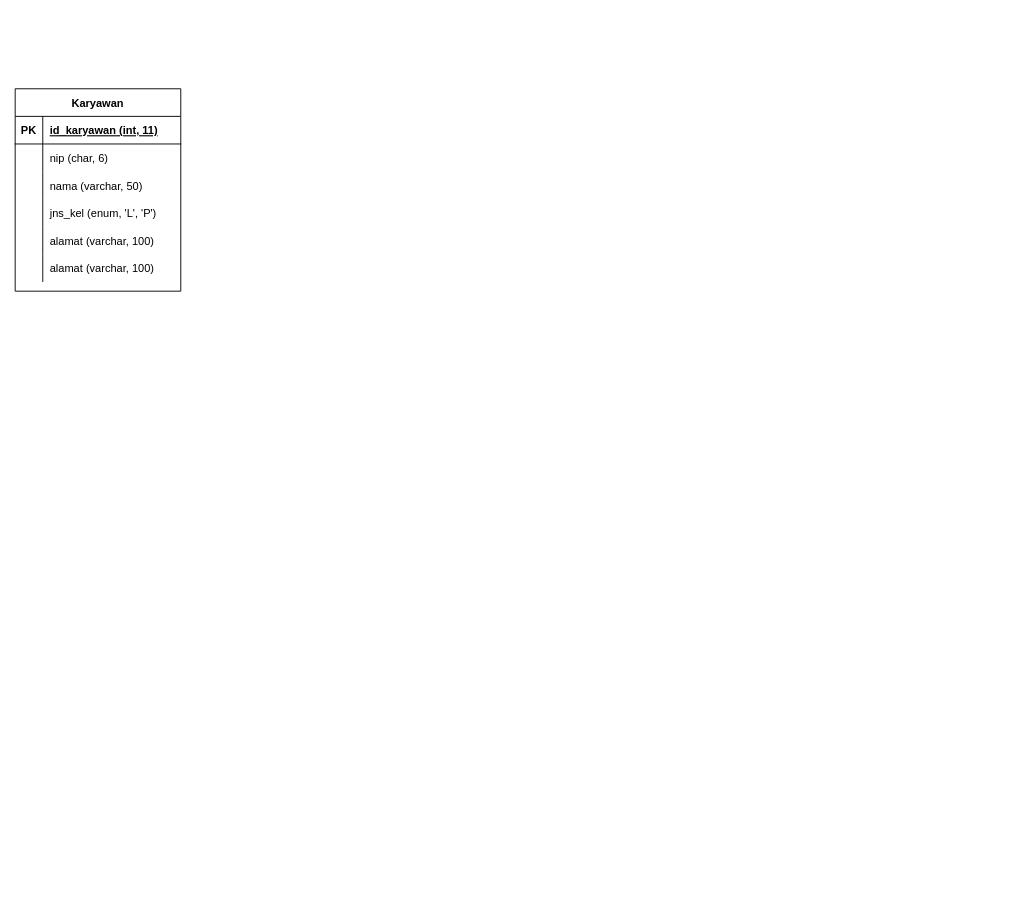
Before: desain tabel.drawio in mrdhiyyana/spk-saw0093, a draw.io diagram. Source tidied: cells renumbered, new cells numbered last; positions are measured from the earlier drawing's top-left corner, leaving out a move shared by most shapes. Both pictures are drawn from the tidied source at 92%, with x=0, y=0 at pixel (15, 88).
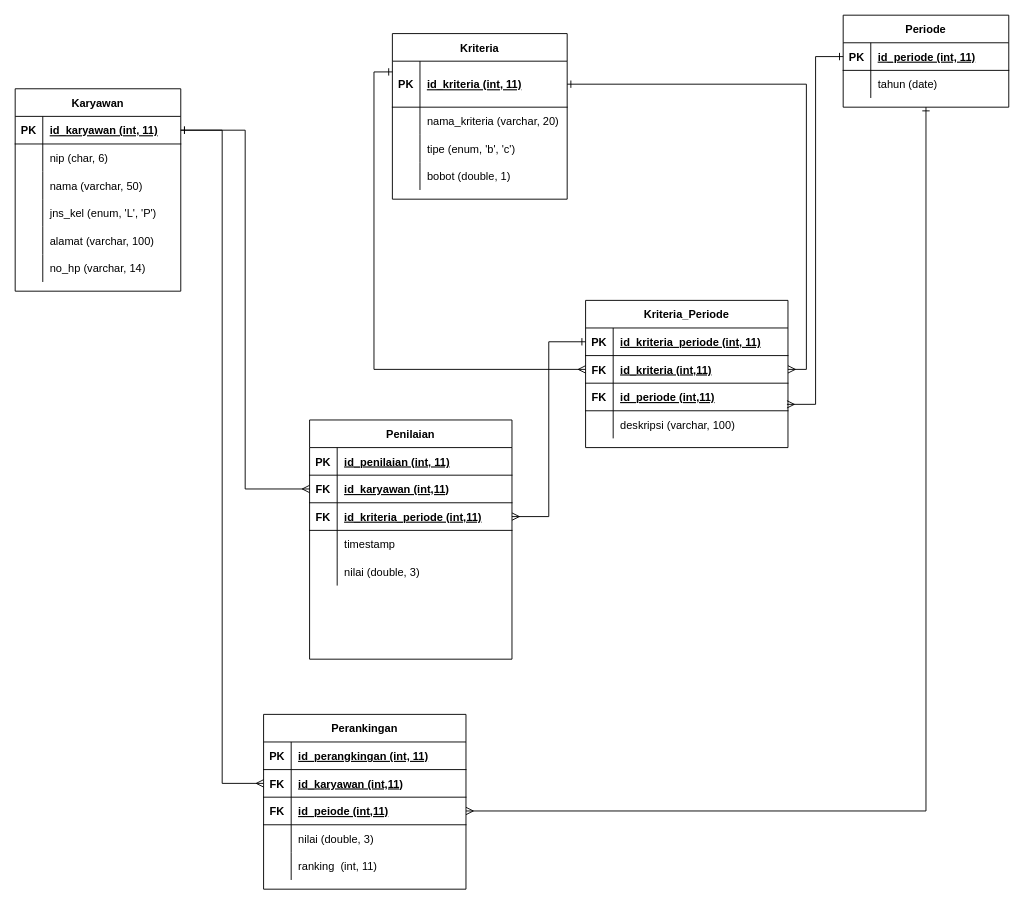
Above is the later version.

Unchanged cells that the change refers to:
```xml
<mxCell id="3" style="shape=partialRectangle;fillColor=none;top=0;left=0;bottom=1;right=0;points=[[0,0.5],[1,0.5]];portConstraint=eastwest;" parent="2" vertex="1">
  <mxGeometry y="30" width="180" height="30" as="geometry" />
</mxCell>
<mxCell id="18" style="shape=partialRectangle;fillColor=none;top=0;left=0;bottom=0;right=0;" parent="2" vertex="1">
  <mxGeometry y="180" width="180" height="30" as="geometry" />
</mxCell>
```

Diff of the diagram source:
```diff
@@
-    <mxCell id="20" value="alamat (varchar, 100)" style="shape=partialRectangle;fillColor=none;top=0;left=0;bottom=0;right=0;align=left;spacingLeft=6;overflow=hidden;" parent="18" vertex="1">
+    <mxCell id="20" value="no_hp (varchar, 14)" style="shape=partialRectangle;fillColor=none;top=0;left=0;bottom=0;right=0;align=left;spacingLeft=6;overflow=hidden;" parent="18" vertex="1">
       <mxGeometry x="30" width="150" height="30" as="geometry" />
     </mxCell>
+    <mxCell id="21" value="Kriteria" style="shape=table;startSize=30;childLayout=tableLayout;rowLines=0;fontStyle=1;align=center;" parent="1" vertex="1">
+      <mxGeometry x="410" y="-60" width="190" height="180" as="geometry" />
+    </mxCell>
+    <mxCell id="22" style="shape=partialRectangle;fillColor=none;top=0;left=0;bottom=1;right=0;points=[[0,0.5],[1,0.5]];portConstraint=eastwest;" parent="21" vertex="1">
+      <mxGeometry y="30" width="190" height="50" as="geometry" />
+    </mxCell>
+    <mxCell id="23" value="PK" style="shape=partialRectangle;fillColor=none;top=0;left=0;bottom=0;right=0;fontStyle=1;overflow=hidden;" parent="22" vertex="1">
+      <mxGeometry width="30" height="50" as="geometry" />
+    </mxCell>
+    <mxCell id="24" value="id_kriteria (int, 11)" style="shape=partialRectangle;fillColor=none;top=0;left=0;bottom=0;right=0;align=left;spacingLeft=6;fontStyle=5;overflow=hidden;" parent="22" vertex="1">
+      <mxGeometry x="30" width="160" height="50" as="geometry" />
+    </mxCell>
+    <mxCell id="25" style="shape=partialRectangle;fillColor=none;top=0;left=0;bottom=0;right=0;" parent="21" vertex="1">
+      <mxGeometry y="80" width="190" height="30" as="geometry" />
+    </mxCell>
+    <mxCell id="26" style="shape=partialRectangle;fillColor=none;top=0;left=0;bottom=0;right=0;overflow=hidden;" parent="25" vertex="1">
+      <mxGeometry width="30" height="30" as="geometry" />
+    </mxCell>
+    <mxCell id="27" value="nama_kriteria (varchar, 20)" style="shape=partialRectangle;fillColor=none;top=0;left=0;bottom=0;right=0;align=left;spacingLeft=6;overflow=hidden;" parent="25" vertex="1">
+      <mxGeometry x="30" width="160" height="30" as="geometry" />
+    </mxCell>
+    <mxCell id="28" style="shape=partialRectangle;fillColor=none;top=0;left=0;bottom=0;right=0;" parent="21" vertex="1">
+      <mxGeometry y="110" width="190" height="30" as="geometry" />
+    </mxCell>
+    <mxCell id="29" style="shape=partialRectangle;fillColor=none;top=0;left=0;bottom=0;right=0;overflow=hidden;" parent="28" vertex="1">
+      <mxGeometry width="30" height="30" as="geometry" />
+    </mxCell>
+    <mxCell id="30" value="tipe (enum, 'b', 'c')" style="shape=partialRectangle;fillColor=none;top=0;left=0;bottom=0;right=0;align=left;spacingLeft=6;overflow=hidden;" parent="28" vertex="1">
+      <mxGeometry x="30" width="160" height="30" as="geometry" />
+    </mxCell>
+    <mxCell id="31" style="shape=partialRectangle;fillColor=none;top=0;left=0;bottom=0;right=0;" parent="21" vertex="1">
+      <mxGeometry y="140" width="190" height="30" as="geometry" />
+    </mxCell>
+    <mxCell id="32" style="shape=partialRectangle;fillColor=none;top=0;left=0;bottom=0;right=0;overflow=hidden;" parent="31" vertex="1">
+      <mxGeometry width="30" height="30" as="geometry" />
+    </mxCell>
+    <mxCell id="33" value="bobot (double, 1)" style="shape=partialRectangle;fillColor=none;top=0;left=0;bottom=0;right=0;align=left;spacingLeft=6;overflow=hidden;" parent="31" vertex="1">
+      <mxGeometry x="30" width="160" height="30" as="geometry" />
+    </mxCell>
+    <mxCell id="34" style="edgeStyle=orthogonalEdgeStyle;rounded=0;jettySize=auto;html=1;startArrow=ERone;startFill=0;endArrow=ERmany;endFill=0;" parent="1" edge="1" source="35" target="80">
+      <mxGeometry relative="1" as="geometry" />
+    </mxCell>
+    <mxCell id="35" value="Periode" style="shape=table;startSize=30;childLayout=tableLayout;rowLines=0;fontStyle=1;align=center;" parent="1" vertex="1">
+      <mxGeometry x="900" y="-80" width="180" height="100" as="geometry" />
+    </mxCell>
+    <mxCell id="36" style="shape=partialRectangle;fillColor=none;top=0;left=0;bottom=1;right=0;points=[[0,0.5],[1,0.5]];portConstraint=eastwest;" parent="35" vertex="1">
+      <mxGeometry y="30" width="180" height="30" as="geometry" />
+    </mxCell>
+    <mxCell id="37" value="PK" style="shape=partialRectangle;fillColor=none;top=0;left=0;bottom=0;right=0;fontStyle=1;overflow=hidden;" parent="36" vertex="1">
+      <mxGeometry width="30" height="30" as="geometry" />
+    </mxCell>
+    <mxCell id="38" value="id_periode (int, 11)" style="shape=partialRectangle;fillColor=none;top=0;left=0;bottom=0;right=0;align=left;spacingLeft=6;fontStyle=5;overflow=hidden;" parent="36" vertex="1">
+      <mxGeometry x="30" width="150" height="30" as="geometry" />
+    </mxCell>
+    <mxCell id="39" style="shape=partialRectangle;fillColor=none;top=0;left=0;bottom=0;right=0;" parent="35" vertex="1">
+      <mxGeometry y="60" width="180" height="30" as="geometry" />
+    </mxCell>
+    <mxCell id="40" style="shape=partialRectangle;fillColor=none;top=0;left=0;bottom=0;right=0;overflow=hidden;" parent="39" vertex="1">
+      <mxGeometry width="30" height="30" as="geometry" />
+    </mxCell>
+    <mxCell id="41" value="tahun (date)" style="shape=partialRectangle;fillColor=none;top=0;left=0;bottom=0;right=0;align=left;spacingLeft=6;overflow=hidden;" parent="39" vertex="1">
+      <mxGeometry x="30" width="150" height="30" as="geometry" />
+    </mxCell>
+    <mxCell id="42" value="Kriteria_Periode" style="shape=table;startSize=30;childLayout=tableLayout;rowLines=0;fontStyle=1;align=center;" parent="1" vertex="1">
+      <mxGeometry x="620" y="230" width="220" height="160" as="geometry" />
+    </mxCell>
+    <mxCell id="43" style="shape=partialRectangle;fillColor=none;top=0;left=0;bottom=1;right=0;points=[[0,0.5],[1,0.5]];portConstraint=eastwest;" parent="42" vertex="1">
+      <mxGeometry y="30" width="220" height="30" as="geometry" />
+    </mxCell>
+    <mxCell id="44" value="PK" style="shape=partialRectangle;fillColor=none;top=0;left=0;bottom=0;right=0;fontStyle=1;overflow=hidden;" parent="43" vertex="1">
+      <mxGeometry width="30" height="30" as="geometry" />
+    </mxCell>
+    <mxCell id="45" value="id_kriteria_periode (int, 11)" style="shape=partialRectangle;fillColor=none;top=0;left=0;bottom=0;right=0;align=left;spacingLeft=6;fontStyle=5;overflow=hidden;" parent="43" vertex="1">
+      <mxGeometry x="30" width="190" height="30" as="geometry" />
+    </mxCell>
+    <mxCell id="46" style="shape=partialRectangle;fillColor=none;top=0;left=0;bottom=1;right=0;points=[[0,0.5],[1,0.5]];portConstraint=eastwest;" parent="42" vertex="1">
+      <mxGeometry y="60" width="220" height="30" as="geometry" />
+    </mxCell>
+    <mxCell id="47" value="FK" style="shape=partialRectangle;fillColor=none;top=0;left=0;bottom=0;right=0;fontStyle=1;overflow=hidden;" parent="46" vertex="1">
+      <mxGeometry width="30" height="30" as="geometry" />
+    </mxCell>
+    <mxCell id="48" value="id_kriteria (int,11)" style="shape=partialRectangle;fillColor=none;top=0;left=0;bottom=0;right=0;align=left;spacingLeft=6;fontStyle=5;overflow=hidden;" parent="46" vertex="1">
+      <mxGeometry x="30" width="190" height="30" as="geometry" />
+    </mxCell>
+    <mxCell id="49" style="shape=partialRectangle;fillColor=none;top=0;left=0;bottom=1;right=0;points=[[0,0.5],[1,0.5]];portConstraint=eastwest;" parent="42" vertex="1">
+      <mxGeometry y="90" width="220" height="30" as="geometry" />
+    </mxCell>
+    <mxCell id="50" value="FK" style="shape=partialRectangle;fillColor=none;top=0;left=0;bottom=0;right=0;fontStyle=1;overflow=hidden;" parent="49" vertex="1">
+      <mxGeometry width="30" height="30" as="geometry" />
+    </mxCell>
+    <mxCell id="51" value="id_periode (int,11)" style="shape=partialRectangle;fillColor=none;top=0;left=0;bottom=0;right=0;align=left;spacingLeft=6;fontStyle=5;overflow=hidden;" parent="49" vertex="1">
+      <mxGeometry x="30" width="190" height="30" as="geometry" />
+    </mxCell>
+    <mxCell id="52" style="shape=partialRectangle;fillColor=none;top=0;left=0;bottom=0;right=0;" parent="42" vertex="1">
+      <mxGeometry y="120" width="220" height="30" as="geometry" />
+    </mxCell>
+    <mxCell id="53" style="shape=partialRectangle;fillColor=none;top=0;left=0;bottom=0;right=0;overflow=hidden;fontStyle=1;" parent="52" vertex="1">
+      <mxGeometry width="30" height="30" as="geometry" />
+    </mxCell>
+    <mxCell id="54" value="deskripsi (varchar, 100)" style="shape=partialRectangle;fillColor=none;top=0;left=0;bottom=0;right=0;align=left;spacingLeft=6;overflow=hidden;" parent="52" vertex="1">
+      <mxGeometry x="30" width="190" height="30" as="geometry" />
+    </mxCell>
+    <mxCell id="55" style="edgeStyle=orthogonalEdgeStyle;rounded=0;jettySize=auto;html=1;entryX=0;entryY=0.233;entryDx=0;entryDy=0;entryPerimeter=0;endArrow=ERone;endFill=0;startArrow=ERmany;startFill=0;" parent="1" edge="1" source="46" target="22">
+      <mxGeometry relative="1" as="geometry" />
+    </mxCell>
+    <mxCell id="56" style="edgeStyle=orthogonalEdgeStyle;rounded=0;jettySize=auto;html=1;entryX=0.995;entryY=0.767;entryDx=0;entryDy=0;entryPerimeter=0;endArrow=ERmany;endFill=0;startArrow=ERone;startFill=0;" parent="1" edge="1" source="36" target="49">
+      <mxGeometry relative="1" as="geometry" />
+    </mxCell>
+    <mxCell id="57" value="Penilaian" style="shape=table;startSize=30;childLayout=tableLayout;rowLines=0;fontStyle=1;align=center;" parent="1" vertex="1">
+      <mxGeometry x="320" y="360" width="220" height="260" as="geometry" />
+    </mxCell>
+    <mxCell id="58" style="shape=partialRectangle;fillColor=none;top=0;left=0;bottom=1;right=0;" parent="57" vertex="1">
+      <mxGeometry y="30" width="220" height="30" as="geometry" />
+    </mxCell>
+    <mxCell id="59" value="PK" style="shape=partialRectangle;fillColor=none;top=0;left=0;bottom=0;right=0;fontStyle=1;overflow=hidden;" parent="58" vertex="1">
+      <mxGeometry width="30" height="30" as="geometry" />
+    </mxCell>
+    <mxCell id="60" value="id_penilaian (int, 11)" style="shape=partialRectangle;fillColor=none;top=0;left=0;bottom=0;right=0;align=left;spacingLeft=6;fontStyle=5;overflow=hidden;" parent="58" vertex="1">
+      <mxGeometry x="30" width="190" height="30" as="geometry" />
+    </mxCell>
+    <mxCell id="61" style="shape=partialRectangle;fillColor=none;top=0;left=0;bottom=1;right=0;points=[[0,0.5],[1,0.5]];portConstraint=eastwest;" parent="57" vertex="1">
+      <mxGeometry y="60" width="220" height="30" as="geometry" />
+    </mxCell>
+    <mxCell id="62" value="FK" style="shape=partialRectangle;fillColor=none;top=0;left=0;bottom=0;right=0;fontStyle=1;overflow=hidden;" parent="61" vertex="1">
+      <mxGeometry width="30" height="30" as="geometry" />
+    </mxCell>
+    <mxCell id="63" value="id_karyawan (int,11)" style="shape=partialRectangle;fillColor=none;top=0;left=0;bottom=0;right=0;align=left;spacingLeft=6;fontStyle=5;overflow=hidden;" parent="61" vertex="1">
+      <mxGeometry x="30" width="190" height="30" as="geometry" />
+    </mxCell>
+    <mxCell id="64" style="shape=partialRectangle;fillColor=none;top=0;left=0;bottom=1;right=0;points=[[0,0.5],[1,0.5]];portConstraint=eastwest;" parent="57" vertex="1">
+      <mxGeometry y="90" width="220" height="30" as="geometry" />
+    </mxCell>
+    <mxCell id="65" value="FK" style="shape=partialRectangle;fillColor=none;top=0;left=0;bottom=0;right=0;fontStyle=1;overflow=hidden;" parent="64" vertex="1">
+      <mxGeometry width="30" height="30" as="geometry" />
+    </mxCell>
+    <mxCell id="66" value="id_kriteria_periode (int,11)" style="shape=partialRectangle;fillColor=none;top=0;left=0;bottom=0;right=0;align=left;spacingLeft=6;fontStyle=5;overflow=hidden;" parent="64" vertex="1">
+      <mxGeometry x="30" width="190" height="30" as="geometry" />
+    </mxCell>
+    <mxCell id="67" style="shape=partialRectangle;fillColor=none;top=0;left=0;bottom=0;right=0;" parent="57" vertex="1">
+      <mxGeometry y="120" width="220" height="30" as="geometry" />
+    </mxCell>
+    <mxCell id="68" style="shape=partialRectangle;fillColor=none;top=0;left=0;bottom=0;right=0;overflow=hidden;fontStyle=1;" parent="67" vertex="1">
+      <mxGeometry width="30" height="30" as="geometry" />
+    </mxCell>
+    <mxCell id="69" value="timestamp" style="shape=partialRectangle;fillColor=none;top=0;left=0;bottom=0;right=0;align=left;spacingLeft=6;overflow=hidden;" parent="67" vertex="1">
+      <mxGeometry x="30" width="190" height="30" as="geometry" />
+    </mxCell>
+    <mxCell id="70" style="shape=partialRectangle;fillColor=none;top=0;left=0;bottom=0;right=0;" parent="57" vertex="1">
+      <mxGeometry y="150" width="220" height="30" as="geometry" />
+    </mxCell>
+    <mxCell id="71" style="shape=partialRectangle;fillColor=none;top=0;left=0;bottom=0;right=0;overflow=hidden;fontStyle=1;" parent="70" vertex="1">
+      <mxGeometry width="30" height="30" as="geometry" />
+    </mxCell>
+    <mxCell id="72" value="nilai (double, 3)" style="shape=partialRectangle;fillColor=none;top=0;left=0;bottom=0;right=0;align=left;spacingLeft=6;overflow=hidden;" parent="70" vertex="1">
+      <mxGeometry x="30" width="190" height="30" as="geometry" />
+    </mxCell>
+    <mxCell id="73" value="Perankingan" style="shape=table;startSize=30;childLayout=tableLayout;rowLines=0;fontStyle=1;align=center;" parent="1" vertex="1">
+      <mxGeometry x="270" y="680" width="220" height="190" as="geometry" />
+    </mxCell>
+    <mxCell id="74" style="shape=partialRectangle;fillColor=none;top=0;left=0;bottom=1;right=0;" parent="73" vertex="1">
+      <mxGeometry y="30" width="220" height="30" as="geometry" />
+    </mxCell>
+    <mxCell id="75" value="PK" style="shape=partialRectangle;fillColor=none;top=0;left=0;bottom=0;right=0;fontStyle=1;overflow=hidden;" parent="74" vertex="1">
+      <mxGeometry width="30" height="30" as="geometry" />
+    </mxCell>
+    <mxCell id="76" value="id_perangkingan (int, 11)" style="shape=partialRectangle;fillColor=none;top=0;left=0;bottom=0;right=0;align=left;spacingLeft=6;fontStyle=5;overflow=hidden;" parent="74" vertex="1">
+      <mxGeometry x="30" width="190" height="30" as="geometry" />
+    </mxCell>
+    <mxCell id="77" style="shape=partialRectangle;fillColor=none;top=0;left=0;bottom=1;right=0;points=[[0,0.5],[1,0.5]];portConstraint=eastwest;" parent="73" vertex="1">
+      <mxGeometry y="60" width="220" height="30" as="geometry" />
+    </mxCell>
+    <mxCell id="78" value="FK" style="shape=partialRectangle;fillColor=none;top=0;left=0;bottom=0;right=0;fontStyle=1;overflow=hidden;" parent="77" vertex="1">
+      <mxGeometry width="30" height="30" as="geometry" />
+    </mxCell>
+    <mxCell id="79" value="id_karyawan (int,11)" style="shape=partialRectangle;fillColor=none;top=0;left=0;bottom=0;right=0;align=left;spacingLeft=6;fontStyle=5;overflow=hidden;" parent="77" vertex="1">
+      <mxGeometry x="30" width="190" height="30" as="geometry" />
+    </mxCell>
+    <mxCell id="80" style="shape=partialRectangle;fillColor=none;top=0;left=0;bottom=1;right=0;points=[[0,0.5],[1,0.5]];portConstraint=eastwest;" parent="73" vertex="1">
+      <mxGeometry y="90" width="220" height="30" as="geometry" />
+    </mxCell>
+    <mxCell id="81" value="FK" style="shape=partialRectangle;fillColor=none;top=0;left=0;bottom=0;right=0;fontStyle=1;overflow=hidden;" parent="80" vertex="1">
+      <mxGeometry width="30" height="30" as="geometry" />
+    </mxCell>
+    <mxCell id="82" value="id_peiode (int,11)" style="shape=partialRectangle;fillColor=none;top=0;left=0;bottom=0;right=0;align=left;spacingLeft=6;fontStyle=5;overflow=hidden;" parent="80" vertex="1">
+      <mxGeometry x="30" width="190" height="30" as="geometry" />
+    </mxCell>
+    <mxCell id="83" style="shape=partialRectangle;fillColor=none;top=0;left=0;bottom=0;right=0;" parent="73" vertex="1">
+      <mxGeometry y="120" width="220" height="30" as="geometry" />
+    </mxCell>
+    <mxCell id="84" style="shape=partialRectangle;fillColor=none;top=0;left=0;bottom=0;right=0;overflow=hidden;fontStyle=1;" parent="83" vertex="1">
+      <mxGeometry width="30" height="30" as="geometry" />
+    </mxCell>
+    <mxCell id="85" value="nilai (double, 3)" style="shape=partialRectangle;fillColor=none;top=0;left=0;bottom=0;right=0;align=left;spacingLeft=6;overflow=hidden;" parent="83" vertex="1">
+      <mxGeometry x="30" width="190" height="30" as="geometry" />
+    </mxCell>
+    <mxCell id="86" style="shape=partialRectangle;fillColor=none;top=0;left=0;bottom=0;right=0;" parent="73" vertex="1">
+      <mxGeometry y="150" width="220" height="30" as="geometry" />
+    </mxCell>
+    <mxCell id="87" style="shape=partialRectangle;fillColor=none;top=0;left=0;bottom=0;right=0;overflow=hidden;fontStyle=1;" parent="86" vertex="1">
+      <mxGeometry width="30" height="30" as="geometry" />
+    </mxCell>
+    <mxCell id="88" value="ranking  (int, 11)" style="shape=partialRectangle;fillColor=none;top=0;left=0;bottom=0;right=0;align=left;spacingLeft=6;overflow=hidden;" parent="86" vertex="1">
+      <mxGeometry x="30" width="190" height="30" as="geometry" />
+    </mxCell>
+    <mxCell id="89" style="edgeStyle=orthogonalEdgeStyle;rounded=0;jettySize=auto;html=1;entryX=0;entryY=0.5;entryDx=0;entryDy=0;startArrow=ERone;startFill=0;endArrow=ERmany;endFill=0;" parent="1" edge="1" source="3" target="61">
+      <mxGeometry relative="1" as="geometry" />
+    </mxCell>
+    <mxCell id="90" style="edgeStyle=orthogonalEdgeStyle;rounded=0;jettySize=auto;html=1;startArrow=ERone;startFill=0;endArrow=ERmany;endFill=0;" parent="1" edge="1" source="3" target="77">
+      <mxGeometry relative="1" as="geometry" />
+    </mxCell>
+    <mxCell id="91" style="edgeStyle=orthogonalEdgeStyle;rounded=0;jettySize=auto;html=1;entryX=1;entryY=0.5;entryDx=0;entryDy=0;startArrow=ERone;startFill=0;endArrow=ERmany;endFill=0;" parent="1" edge="1" source="22" target="46">
+      <mxGeometry relative="1" as="geometry" />
+    </mxCell>
+    <mxCell id="92" style="edgeStyle=orthogonalEdgeStyle;rounded=0;jettySize=auto;html=1;startArrow=ERone;startFill=0;endArrow=ERmany;endFill=0;" parent="1" edge="1" source="43" target="64">
+      <mxGeometry relative="1" as="geometry" />
+    </mxCell>
```
